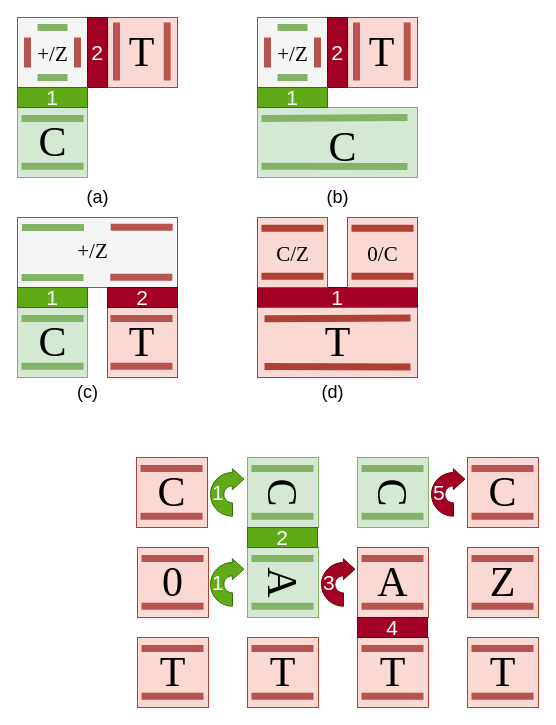
Above: translation.drawio in alexandrupaler/alexandrupaler.github.io (draw.io), before the change. Source tidied: cells renumbered, new cells numbered last; positions are measured from the earlier drawing's top-left corner, leaving out a move shared by most shapes. Both pictures are drawn from the tidied source at 100%, with x=0, y=0 at pixel (17, 17).
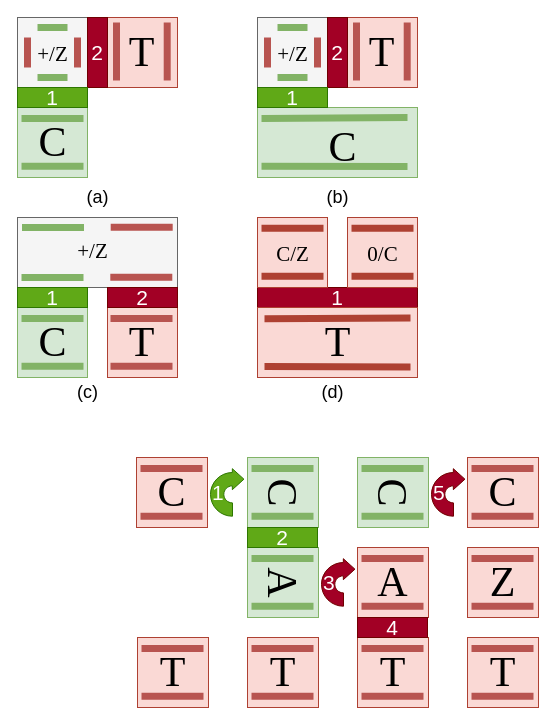
The same diagram, later.

What changed in the source:
```diff
@@
-    <mxCell id="9" value="1" style="html=1;shadow=0;dashed=0;align=left;verticalAlign=middle;shape=mxgraph.arrows2.uTurnArrow;dy=6.66;arrowHead=20.98;dx2=11.59;fillColor=#60a917;strokeColor=#2D7600;fontFamily=Helvetica;fontStyle=0;fontSize=21;fontColor=#ffffff;" parent="1" vertex="1">
-      <mxGeometry x="193" y="541.2" width="22" height="47.5" as="geometry" />
-    </mxCell>
@@
-    <mxCell id="13" style="rounded=0;whiteSpace=wrap;html=1;fillColor=#fad9d5;strokeColor=#ae4132;" parent="1" vertex="1">
-      <mxGeometry x="120" y="530" width="71" height="70" as="geometry" />
-    </mxCell>
-    <mxCell id="14" style="endArrow=none;html=1;rounded=0;strokeWidth=7;fillColor=#f8cecc;strokeColor=#b85450;" parent="1" edge="1">
-      <mxGeometry relative="1" as="geometry">
-        <mxPoint x="124" y="540.9" as="sourcePoint" />
-        <mxPoint x="186" y="540.9" as="targetPoint" />
-      </mxGeometry>
-    </mxCell>
-    <mxCell id="15" style="endArrow=none;html=1;rounded=0;strokeWidth=7;fillColor=#f8cecc;strokeColor=#b85450;" parent="1" edge="1">
-      <mxGeometry relative="1" as="geometry">
-        <mxPoint x="124" y="588.8" as="sourcePoint" />
-        <mxPoint x="186" y="588.8" as="targetPoint" />
-      </mxGeometry>
-    </mxCell>
-    <mxCell id="16" value="0" style="text;html=1;align=center;verticalAlign=middle;strokeColor=none;fillColor=none;fontSize=42;fontFamily=Garamond;" parent="1" vertex="1">
-      <mxGeometry x="135" y="535" width="40" height="60" as="geometry" />
-    </mxCell>
```
